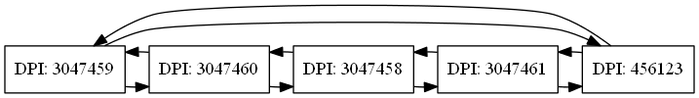
Earlier version of the Graphviz export [EDD]Proyecto_2/Conductores.png (SevenPok/Proyecto_2_EDD). Its source is kept beside it as [EDD]Proyecto_2/Conductores.dot.
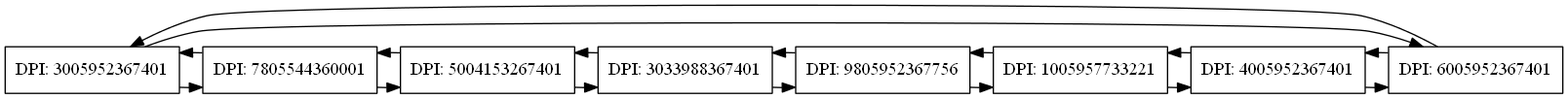
The same file after the commit.

Change to the diagram source:
```diff
@@ -1,22 +1,31 @@
 digraph G {
 
 node[shape=box]
-1890334347->1238687138
-1890334347->2071483653
-1238687138->734086137
-1238687138->1890334347
-734086137->2061147048
-734086137->1238687138
-2061147048->2071483653
-2061147048->734086137
-2071483653->1890334347
-2071483653->2061147048
-{rank=same;1890334347;1238687138;734086137;2061147048;2071483653;}
-1890334347[label="DPI: 3047459"]
-1238687138[label="DPI: 3047460"]
-734086137[label="DPI: 3047458"]
-2061147048[label="DPI: 3047461"]
-2071483653[label="DPI: 456123"]
+2016539080->805667057
+2016539080->777607876
+805667057->1186585798
+805667057->2016539080
+1186585798->829540968
+1186585798->805667057
+829540968->770692799
+829540968->1186585798
+770692799->1233397436
+770692799->829540968
+1233397436->1104383142
+1233397436->770692799
+1104383142->777607876
+1104383142->1233397436
+777607876->2016539080
+777607876->1104383142
+{rank=same;2016539080;805667057;1186585798;829540968;770692799;1233397436;1104383142;777607876;}
+2016539080[label="DPI: 3005952367401"]
+805667057[label="DPI: 7805544360001"]
+1186585798[label="DPI: 5004153267401"]
+829540968[label="DPI: 3033988367401"]
+770692799[label="DPI: 9805952367756"]
+1233397436[label="DPI: 1005957733221"]
+1104383142[label="DPI: 4005952367401"]
+777607876[label="DPI: 6005952367401"]
 
 
 }
```
